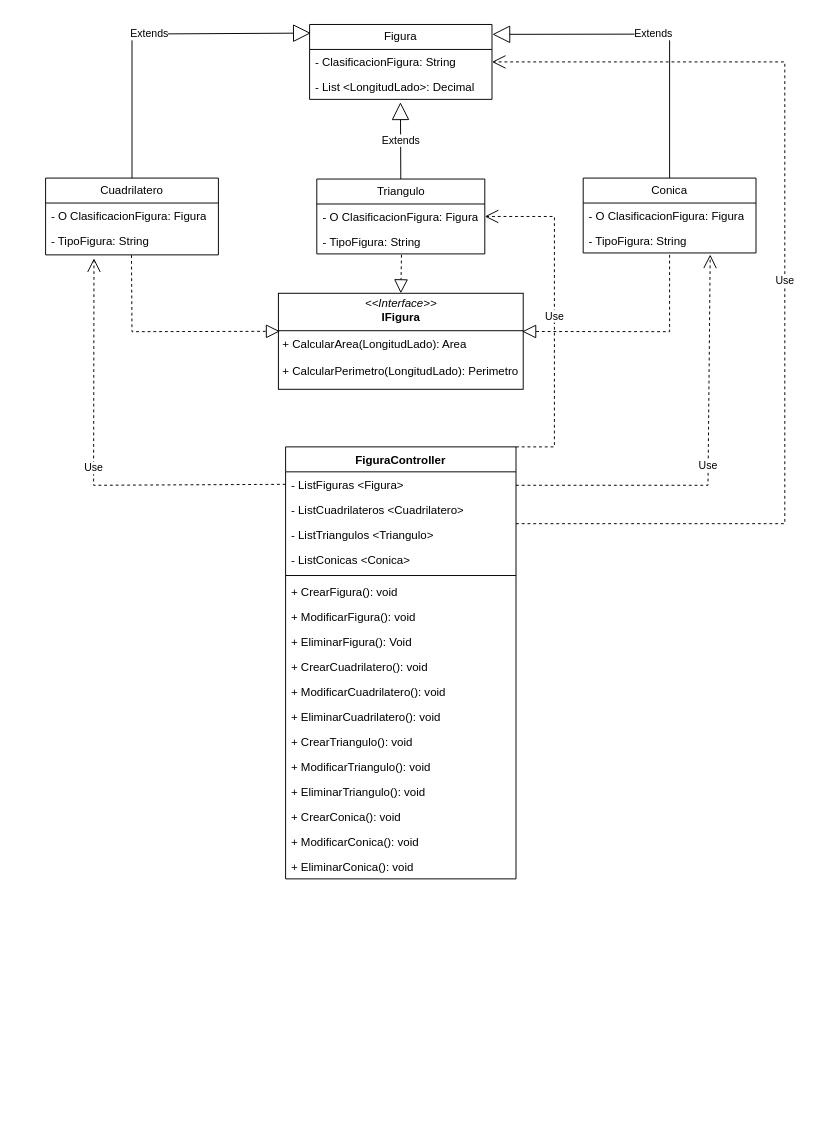
Above: Copia de Diagrama sin título.drawio in Francisco-Galea/Diagramas-y-Otros (draw.io), before the change. Source tidied: cells renumbered, new cells numbered last; positions are measured from the earlier drawing's top-left corner, leaving out a move shared by most shapes. Both pictures are drawn from the tidied source at 96%, with x=0, y=0 at pixel (45, 24).
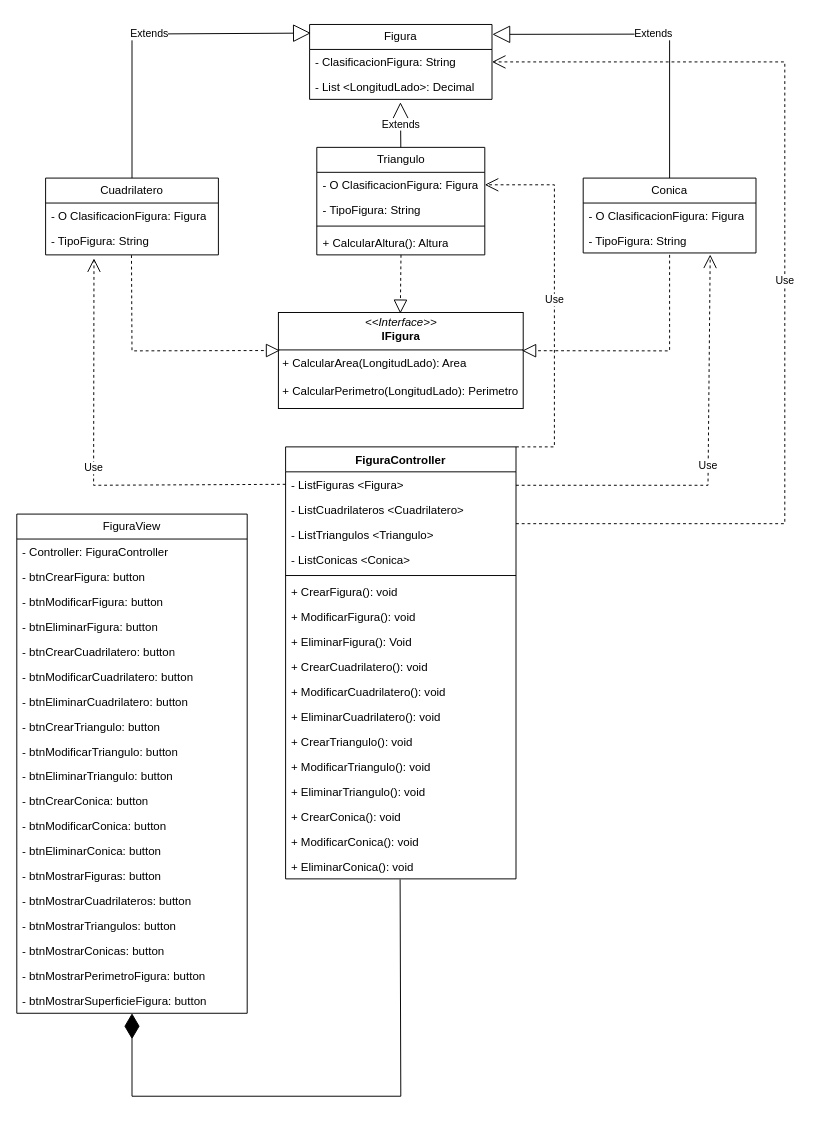
After the change.

Unchanged cells that the change refers to:
```xml
<mxCell id="8" value="&lt;div&gt;&lt;br&gt;&lt;/div&gt;" style="text;strokeColor=none;fillColor=none;align=left;verticalAlign=top;spacingLeft=4;spacingRight=4;overflow=hidden;points=[[0,0.5],[1,0.5]];portConstraint=eastwest;whiteSpace=wrap;html=1;" parent="5" vertex="1">
  <mxGeometry y="78" width="180" height="2" as="geometry" />
</mxCell>
<mxCell id="10" value="- O ClasificacionFigura: Figura" style="text;strokeColor=none;fillColor=none;align=left;verticalAlign=top;spacingLeft=4;spacingRight=4;overflow=hidden;points=[[0,0.5],[1,0.5]];portConstraint=eastwest;whiteSpace=wrap;html=1;" parent="9" vertex="1">
  <mxGeometry y="26" width="175" height="26" as="geometry" />
</mxCell>
<mxCell id="11" value="- TipoFigura: String&lt;div&gt;&lt;br&gt;&lt;/div&gt;" style="text;strokeColor=none;fillColor=none;align=left;verticalAlign=top;spacingLeft=4;spacingRight=4;overflow=hidden;points=[[0,0.5],[1,0.5]];portConstraint=eastwest;whiteSpace=wrap;html=1;" parent="9" vertex="1">
  <mxGeometry y="52" width="175" height="26" as="geometry" />
</mxCell>
<mxCell id="39" value="+ EliminarConica(): void" style="text;strokeColor=none;fillColor=none;align=left;verticalAlign=top;spacingLeft=4;spacingRight=4;overflow=hidden;points=[[0,0.5],[1,0.5]];portConstraint=eastwest;whiteSpace=wrap;html=1;" parent="22" vertex="1">
  <mxGeometry y="424" width="240" height="26" as="geometry" />
</mxCell>
```

Diff of the diagram source:
```diff
@@
     <mxCell id="9" value="Triangulo" style="swimlane;fontStyle=0;horizontal=1;startSize=26;fillColor=none;whiteSpace=wrap;html=1;" parent="1" vertex="1">
-      <mxGeometry x="282.5" y="161" width="175" height="78" as="geometry" />
+      <mxGeometry x="282.5" y="128" width="175" height="112" as="geometry" />
     </mxCell>
@@
+    <mxCell id="44" style="line;strokeWidth=1;fillColor=none;align=left;verticalAlign=middle;spacingTop=-1;spacingLeft=3;spacingRight=3;labelPosition=right;strokeColor=inherit;" parent="9" vertex="1">
+      <mxGeometry y="78" width="175" height="8" as="geometry" />
+    </mxCell>
+    <mxCell id="45" value="+ CalcularAltura(): Altura" style="text;strokeColor=none;fillColor=none;align=left;verticalAlign=top;spacingLeft=4;spacingRight=4;overflow=hidden;whiteSpace=wrap;html=1;" parent="9" vertex="1">
+      <mxGeometry y="86" width="175" height="26" as="geometry" />
+    </mxCell>
@@
     <mxCell id="15" value="&lt;p style=&quot;margin:0px;margin-top:4px;text-align:center;&quot;&gt;&lt;i&gt;&amp;lt;&amp;lt;Interface&amp;gt;&amp;gt;&lt;/i&gt;&lt;br&gt;&lt;b&gt;IFigura&lt;/b&gt;&lt;/p&gt;&lt;hr size=&quot;1&quot; style=&quot;border-style:solid;&quot;&gt;&lt;p style=&quot;margin:0px;margin-left:4px;&quot;&gt;+ CalcularArea(LongitudLado): Area&lt;/p&gt;&lt;p style=&quot;margin:0px;margin-left:4px;&quot;&gt;&amp;nbsp;&lt;br&gt;+ CalcularPerimetro(LongitudLado): Perimetro&lt;/p&gt;" style="verticalAlign=top;align=left;overflow=fill;html=1;whiteSpace=wrap;" parent="1" vertex="1">
-      <mxGeometry x="242.5" y="280" width="255" height="100" as="geometry" />
+      <mxGeometry x="242.5" y="300" width="255" height="100" as="geometry" />
     </mxCell>
-    <mxCell id="16" style="endArrow=block;dashed=1;endFill=0;endSize=12;html=1;rounded=0;entryX=0.5;entryY=0;entryDx=0;entryDy=0;exitX=0.504;exitY=1.035;exitDx=0;exitDy=0;exitPerimeter=0;" parent="1" edge="1" source="11" target="15">
-      <mxGeometry relative="1" as="geometry" />
+    <mxCell id="16" style="endArrow=block;dashed=1;endFill=0;endSize=12;html=1;rounded=0;entryX=0.5;entryY=0;entryDx=0;entryDy=0;exitX=0.504;exitY=1.035;exitDx=0;exitDy=0;exitPerimeter=0;" parent="1" edge="1">
+      <mxGeometry relative="1" as="geometry">
+        <mxPoint x="370.2" y="240" as="sourcePoint" />
+        <mxPoint x="369.5" y="301.1" as="targetPoint" />
+      </mxGeometry>
     </mxCell>
     <mxCell id="17" style="endArrow=block;dashed=1;endFill=0;endSize=12;html=1;rounded=0;entryX=0.006;entryY=0.396;entryDx=0;entryDy=0;entryPerimeter=0;exitX=0.497;exitY=1.143;exitDx=0;exitDy=0;exitPerimeter=0;" parent="1" edge="1" source="8" target="15">
       <mxGeometry relative="1" as="geometry">
         <Array as="points">
-          <mxPoint x="90" y="320" />
+          <mxPoint x="90" y="340" />
         </Array>
       </mxGeometry>
     </mxCell>
     <mxCell id="18" style="endArrow=block;dashed=1;endFill=0;endSize=12;html=1;rounded=0;entryX=0.996;entryY=0.398;entryDx=0;entryDy=0;entryPerimeter=0;" parent="1" edge="1" target="15">
       <mxGeometry relative="1" as="geometry">
         <mxPoint x="650" y="240" as="sourcePoint" />
         <Array as="points">
-          <mxPoint x="650" y="320" />
+          <mxPoint x="650" y="340" />
         </Array>
       </mxGeometry>
     </mxCell>
@@
     <mxCell id="42" value="Use" style="endArrow=open;endSize=12;dashed=1;html=1;rounded=0;entryX=1;entryY=0.5;entryDx=0;entryDy=0;" parent="1" edge="1" target="10">
       <mxGeometry relative="1" as="geometry">
         <mxPoint x="490" y="440" as="sourcePoint" />
         <Array as="points">
           <mxPoint x="530" y="440" />
-          <mxPoint x="530" y="200" />
+          <mxPoint x="530" y="167" />
         </Array>
       </mxGeometry>
     </mxCell>
@@
+    <mxCell id="46" value="FiguraView" style="swimlane;fontStyle=0;horizontal=1;startSize=26;fillColor=none;whiteSpace=wrap;html=1;" parent="1" vertex="1">
+      <mxGeometry x="-30" y="510" width="240" height="520" as="geometry" />
+    </mxCell>
+    <mxCell id="47" value="- Controller: FiguraController" style="text;strokeColor=none;fillColor=none;align=left;verticalAlign=top;spacingLeft=4;spacingRight=4;overflow=hidden;whiteSpace=wrap;html=1;" parent="46" vertex="1">
+      <mxGeometry y="26" width="240" height="26" as="geometry" />
+    </mxCell>
+    <mxCell id="48" value="- btnCrearFigura: button" style="text;strokeColor=none;fillColor=none;align=left;verticalAlign=top;spacingLeft=4;spacingRight=4;overflow=hidden;whiteSpace=wrap;html=1;" parent="46" vertex="1">
+      <mxGeometry y="52" width="240" height="26" as="geometry" />
+    </mxCell>
+    <mxCell id="49" value="- btnModificarFigura: button" style="text;strokeColor=none;fillColor=none;align=left;verticalAlign=top;spacingLeft=4;spacingRight=4;overflow=hidden;whiteSpace=wrap;html=1;" parent="46" vertex="1">
+      <mxGeometry y="78" width="240" height="26" as="geometry" />
+    </mxCell>
+    <mxCell id="50" value="- btnEliminarFigura: button" style="text;strokeColor=none;fillColor=none;align=left;verticalAlign=top;spacingLeft=4;spacingRight=4;overflow=hidden;whiteSpace=wrap;html=1;" parent="46" vertex="1">
+      <mxGeometry y="104" width="240" height="26" as="geometry" />
+    </mxCell>
+    <mxCell id="51" value="- btnCrearCuadrilatero: button" style="text;strokeColor=none;fillColor=none;align=left;verticalAlign=top;spacingLeft=4;spacingRight=4;overflow=hidden;whiteSpace=wrap;html=1;" parent="46" vertex="1">
+      <mxGeometry y="130" width="240" height="26" as="geometry" />
+    </mxCell>
+    <mxCell id="52" value="- btnModificarCuadrilatero: button" style="text;strokeColor=none;fillColor=none;align=left;verticalAlign=top;spacingLeft=4;spacingRight=4;overflow=hidden;whiteSpace=wrap;html=1;" parent="46" vertex="1">
+      <mxGeometry y="156" width="240" height="26" as="geometry" />
+    </mxCell>
+    <mxCell id="53" value="- btnEliminarCuadrilatero: button" style="text;strokeColor=none;fillColor=none;align=left;verticalAlign=top;spacingLeft=4;spacingRight=4;overflow=hidden;whiteSpace=wrap;html=1;" parent="46" vertex="1">
+      <mxGeometry y="182" width="240" height="26" as="geometry" />
+    </mxCell>
+    <mxCell id="54" value="- btnCrearTriangulo: button" style="text;strokeColor=none;fillColor=none;align=left;verticalAlign=top;spacingLeft=4;spacingRight=4;overflow=hidden;whiteSpace=wrap;html=1;" parent="46" vertex="1">
+      <mxGeometry y="208" width="240" height="26" as="geometry" />
+    </mxCell>
+    <mxCell id="55" value="- btnModificarTriangulo: button" style="text;strokeColor=none;fillColor=none;align=left;verticalAlign=top;spacingLeft=4;spacingRight=4;overflow=hidden;whiteSpace=wrap;html=1;" parent="46" vertex="1">
+      <mxGeometry y="234" width="240" height="26" as="geometry" />
+    </mxCell>
+    <mxCell id="56" value="- btnEliminarTriangulo: button" style="text;strokeColor=none;fillColor=none;align=left;verticalAlign=top;spacingLeft=4;spacingRight=4;overflow=hidden;whiteSpace=wrap;html=1;" parent="46" vertex="1">
+      <mxGeometry y="260" width="240" height="26" as="geometry" />
+    </mxCell>
+    <mxCell id="57" value="- btnCrearConica: button" style="text;strokeColor=none;fillColor=none;align=left;verticalAlign=top;spacingLeft=4;spacingRight=4;overflow=hidden;whiteSpace=wrap;html=1;" parent="46" vertex="1">
+      <mxGeometry y="286" width="240" height="26" as="geometry" />
+    </mxCell>
+    <mxCell id="58" value="- btnModificarConica: button" style="text;strokeColor=none;fillColor=none;align=left;verticalAlign=top;spacingLeft=4;spacingRight=4;overflow=hidden;whiteSpace=wrap;html=1;" parent="46" vertex="1">
+      <mxGeometry y="312" width="240" height="26" as="geometry" />
+    </mxCell>
+    <mxCell id="59" value="- btnEliminarConica: button" style="text;strokeColor=none;fillColor=none;align=left;verticalAlign=top;spacingLeft=4;spacingRight=4;overflow=hidden;whiteSpace=wrap;html=1;" parent="46" vertex="1">
+      <mxGeometry y="338" width="240" height="26" as="geometry" />
+    </mxCell>
+    <mxCell id="60" value="- btnMostrarFiguras: button" style="text;strokeColor=none;fillColor=none;align=left;verticalAlign=top;spacingLeft=4;spacingRight=4;overflow=hidden;whiteSpace=wrap;html=1;" parent="46" vertex="1">
+      <mxGeometry y="364" width="240" height="26" as="geometry" />
+    </mxCell>
+    <mxCell id="61" value="- btnMostrarCuadrilateros: button" style="text;strokeColor=none;fillColor=none;align=left;verticalAlign=top;spacingLeft=4;spacingRight=4;overflow=hidden;whiteSpace=wrap;html=1;" parent="46" vertex="1">
+      <mxGeometry y="390" width="240" height="26" as="geometry" />
+    </mxCell>
+    <mxCell id="62" value="- btnMostrarTriangulos: button" style="text;strokeColor=none;fillColor=none;align=left;verticalAlign=top;spacingLeft=4;spacingRight=4;overflow=hidden;whiteSpace=wrap;html=1;" parent="46" vertex="1">
+      <mxGeometry y="416" width="240" height="26" as="geometry" />
+    </mxCell>
+    <mxCell id="63" value="- btnMostrarConicas: button" style="text;strokeColor=none;fillColor=none;align=left;verticalAlign=top;spacingLeft=4;spacingRight=4;overflow=hidden;whiteSpace=wrap;html=1;" parent="46" vertex="1">
+      <mxGeometry y="442" width="240" height="26" as="geometry" />
+    </mxCell>
+    <mxCell id="64" value="- btnMostrarPerimetroFigura: button" style="text;strokeColor=none;fillColor=none;align=left;verticalAlign=top;spacingLeft=4;spacingRight=4;overflow=hidden;whiteSpace=wrap;html=1;" parent="46" vertex="1">
+      <mxGeometry y="468" width="240" height="26" as="geometry" />
+    </mxCell>
+    <mxCell id="65" value="- btnMostrarSuperficieFigura: button" style="text;strokeColor=none;fillColor=none;align=left;verticalAlign=top;spacingLeft=4;spacingRight=4;overflow=hidden;whiteSpace=wrap;html=1;" parent="46" vertex="1">
+      <mxGeometry y="494" width="240" height="26" as="geometry" />
+    </mxCell>
+    <mxCell id="66" style="endArrow=diamondThin;endFill=1;endSize=24;html=1;rounded=0;entryX=0.5;entryY=0.983;entryDx=0;entryDy=0;entryPerimeter=0;exitX=0.497;exitY=1.021;exitDx=0;exitDy=0;exitPerimeter=0;" parent="1" edge="1" source="39">
+      <mxGeometry relative="1" as="geometry">
+        <mxPoint x="90" y="1030" as="targetPoint" />
+        <Array as="points">
+          <mxPoint x="370" y="1116.4" />
+          <mxPoint x="90" y="1116.4" />
+        </Array>
+      </mxGeometry>
+    </mxCell>
```
